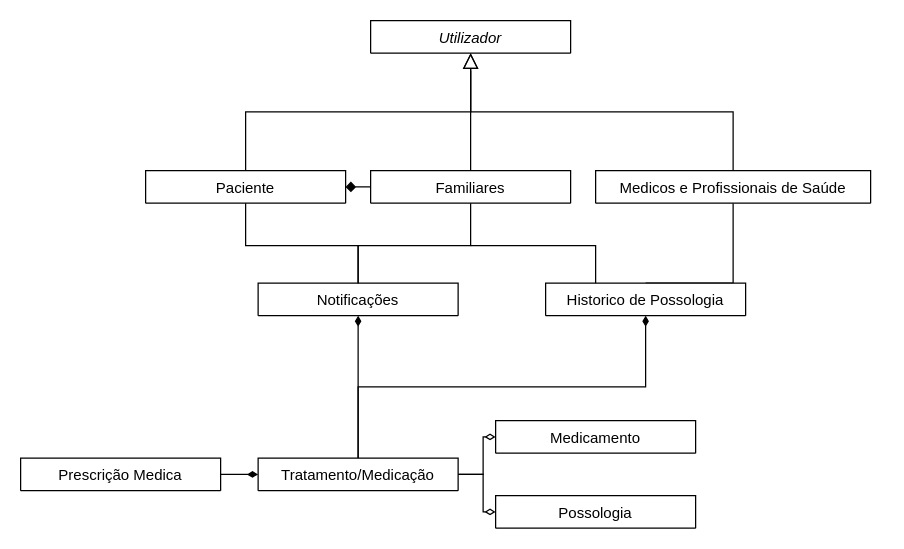
Before: Documentação/Diagrama de Classes/Diagrama de Classes.drawio in Zav04/MedAlert, a draw.io diagram. Source tidied: cells renumbered, new cells numbered last; positions are measured from the earlier drawing's top-left corner, leaving out a move shared by most shapes. Both pictures are drawn from the tidied source at 125%, with x=0, y=0 at pixel (20, 20).
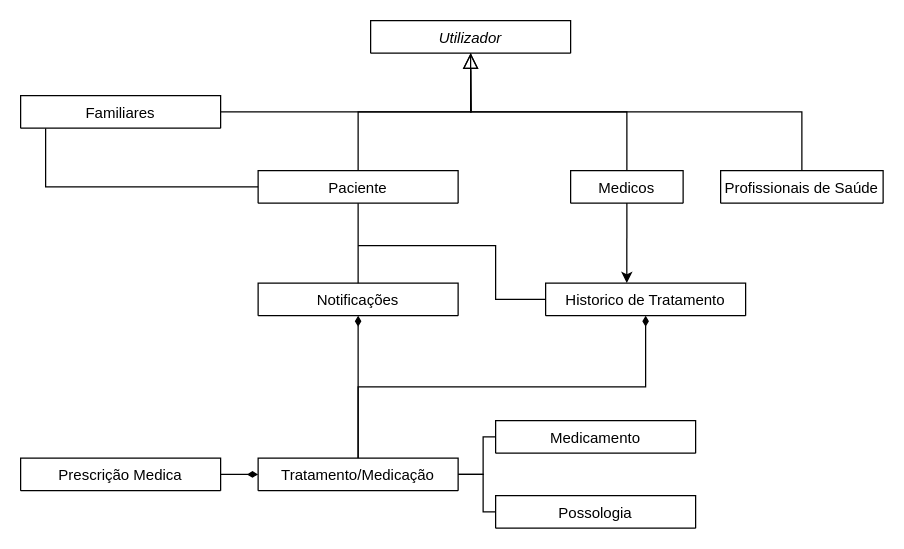
The same diagram, later.

Unchanged cells that the change refers to:
```xml
<mxCell id="2" value="Utilizador" style="swimlane;fontStyle=2;align=center;verticalAlign=top;horizontal=1;startSize=26;rounded=0;shadow=0;strokeWidth=1;" parent="1" vertex="1" collapsed="1">
  <mxGeometry x="280" width="160" height="26" as="geometry" />
</mxCell>
<mxCell id="11" value="Notificações" style="swimlane;fontStyle=0;align=center;verticalAlign=top;horizontal=1;startSize=26;rounded=0;shadow=0;strokeWidth=1;" parent="1" vertex="1" collapsed="1">
  <mxGeometry x="190" y="210" width="160" height="26" as="geometry" />
</mxCell>
<mxCell id="22" value="Tratamento/Medicação" style="swimlane;fontStyle=0;align=center;verticalAlign=top;horizontal=1;startSize=26;rounded=0;shadow=0;strokeWidth=1;" parent="1" vertex="1" collapsed="1">
  <mxGeometry x="190" y="350" width="160" height="26" as="geometry" />
</mxCell>
<mxCell id="23" value="Possologia" style="swimlane;fontStyle=0;align=center;verticalAlign=top;horizontal=1;startSize=26;rounded=0;shadow=0;strokeWidth=1;" parent="1" vertex="1" collapsed="1">
  <mxGeometry x="380" y="380" width="160" height="26" as="geometry" />
</mxCell>
<mxCell id="24" value="Medicamento" style="swimlane;fontStyle=0;align=center;verticalAlign=top;horizontal=1;startSize=26;rounded=0;shadow=0;strokeWidth=1;" parent="1" vertex="1" collapsed="1">
  <mxGeometry x="380" y="320" width="160" height="26" as="geometry" />
</mxCell>
```

What changed in the source:
```diff
@@
     <mxCell id="3" value="Paciente" style="swimlane;fontStyle=0;align=center;verticalAlign=top;horizontal=1;startSize=26;rounded=0;shadow=0;strokeWidth=1;" parent="1" vertex="1" collapsed="1">
-      <mxGeometry x="100" y="120" width="160" height="26" as="geometry" />
+      <mxGeometry x="190" y="120" width="160" height="26" as="geometry" />
     </mxCell>
@@
     <mxCell id="5" style="endArrow=block;endSize=10;endFill=0;shadow=0;strokeWidth=1;rounded=0;edgeStyle=elbowEdgeStyle;elbow=vertical;exitX=0.5;exitY=0;exitDx=0;exitDy=0;" parent="1" edge="1" source="7" target="2">
-      <mxGeometry relative="1" as="geometry" />
+      <mxGeometry relative="1" as="geometry">
+        <Array as="points">
+          <mxPoint x="520" y="73" />
+        </Array>
+      </mxGeometry>
     </mxCell>
-    <mxCell id="6" style="edgeStyle=orthogonalEdgeStyle;rounded=0;jettySize=auto;html=1;exitX=0.5;exitY=1;exitDx=0;exitDy=0;entryX=0.5;entryY=0;entryDx=0;entryDy=0;endArrow=none;endFill=0;" parent="1" edge="1" source="7" target="14">
-      <mxGeometry relative="1" as="geometry">
-        <Array as="points">
-          <mxPoint x="570" y="210" />
-        </Array>
-      </mxGeometry>
-    </mxCell>
-    <mxCell id="7" value="Medicos e Profissionais de Saúde" style="swimlane;fontStyle=0;align=center;verticalAlign=top;horizontal=1;startSize=26;rounded=0;shadow=0;strokeWidth=1;" parent="1" vertex="1" collapsed="1">
-      <mxGeometry x="460" y="120" width="220" height="26" as="geometry" />
+    <mxCell id="7" value="Medicos" style="swimlane;fontStyle=0;align=center;verticalAlign=top;horizontal=1;startSize=26;rounded=0;shadow=0;strokeWidth=1;" parent="1" vertex="1" collapsed="1">
+      <mxGeometry x="440" y="120" width="90" height="26" as="geometry" />
     </mxCell>
@@
-    <mxCell id="9" style="edgeStyle=orthogonalEdgeStyle;rounded=0;jettySize=auto;html=1;exitX=0;exitY=0.5;exitDx=0;exitDy=0;entryX=1;entryY=0.5;entryDx=0;entryDy=0;endArrow=diamond;endFill=1;" parent="1" edge="1" source="10" target="3">
-      <mxGeometry relative="1" as="geometry" />
+    <mxCell id="9" style="edgeStyle=orthogonalEdgeStyle;rounded=0;jettySize=auto;html=1;entryX=0;entryY=0.5;entryDx=0;entryDy=0;endArrow=none;endFill=0;" parent="1" edge="1" source="10" target="3">
+      <mxGeometry relative="1" as="geometry">
+        <Array as="points">
+          <mxPoint x="20" y="133" />
+        </Array>
+      </mxGeometry>
     </mxCell>
     <mxCell id="10" value="Familiares" style="swimlane;fontStyle=0;align=center;verticalAlign=top;horizontal=1;startSize=26;rounded=0;shadow=0;strokeWidth=1;" parent="1" vertex="1" collapsed="1">
-      <mxGeometry x="280" y="120" width="160" height="26" as="geometry" />
+      <mxGeometry y="60" width="160" height="26" as="geometry" />
     </mxCell>
@@
     <mxCell id="12" style="edgeStyle=orthogonalEdgeStyle;rounded=0;jettySize=auto;html=1;exitX=0.5;exitY=1;exitDx=0;exitDy=0;entryX=0.5;entryY=0;entryDx=0;entryDy=0;endArrow=none;endFill=0;startArrow=none;startFill=0;" parent="1" edge="1" source="3" target="11">
       <mxGeometry relative="1" as="geometry">
         <Array as="points">
-          <mxPoint x="180" y="180" />
-          <mxPoint x="270" y="180" />
+          <mxPoint x="270" y="160" />
+          <mxPoint x="270" y="160" />
         </Array>
       </mxGeometry>
     </mxCell>
-    <mxCell id="13" style="edgeStyle=orthogonalEdgeStyle;rounded=0;jettySize=auto;html=1;exitX=0.5;exitY=1;exitDx=0;exitDy=0;endArrow=none;endFill=0;" parent="1" edge="1" source="10">
-      <mxGeometry relative="1" as="geometry">
-        <mxPoint x="270" y="210" as="targetPoint" />
-        <Array as="points">
-          <mxPoint x="360" y="180" />
-          <mxPoint x="270" y="180" />
-        </Array>
-      </mxGeometry>
-    </mxCell>
+    <mxCell id="25" style="edgeStyle=orthogonalEdgeStyle;rounded=0;jettySize=auto;html=1;exitX=0;exitY=0.5;exitDx=0;exitDy=0;startArrow=none;startFill=0;endArrow=none;endFill=0;" parent="1" edge="1" source="14">
+      <mxGeometry relative="1" as="geometry">
+        <mxPoint x="270" y="180" as="targetPoint" />
+        <Array as="points">
+          <mxPoint x="380" y="223" />
+          <mxPoint x="380" y="180" />
+          <mxPoint x="270" y="180" />
+        </Array>
+      </mxGeometry>
+    </mxCell>
-    <mxCell id="14" value="Historico de Possologia" style="swimlane;fontStyle=0;align=center;verticalAlign=top;horizontal=1;startSize=26;rounded=0;shadow=0;strokeWidth=1;" parent="1" vertex="1" collapsed="1">
+    <mxCell id="14" value="Historico de Tratamento" style="swimlane;fontStyle=0;align=center;verticalAlign=top;horizontal=1;startSize=26;rounded=0;shadow=0;strokeWidth=1;" parent="1" vertex="1" collapsed="1">
       <mxGeometry x="420" y="210" width="160" height="26" as="geometry" />
     </mxCell>
-    <mxCell id="15" style="edgeStyle=orthogonalEdgeStyle;rounded=0;jettySize=auto;html=1;endArrow=none;endFill=0;exitX=0.25;exitY=0;exitDx=0;exitDy=0;startArrow=none;startFill=0;" parent="1" edge="1" source="14">
-      <mxGeometry relative="1" as="geometry">
-        <mxPoint x="360" y="180" as="targetPoint" />
-        <Array as="points">
-          <mxPoint x="460" y="180" />
-        </Array>
-      </mxGeometry>
-    </mxCell>
@@
-    <mxCell id="19" style="edgeStyle=orthogonalEdgeStyle;rounded=0;jettySize=auto;html=1;exitX=1;exitY=0.5;exitDx=0;exitDy=0;entryX=0;entryY=0.5;entryDx=0;entryDy=0;endArrow=diamondThin;endFill=0;" parent="1" edge="1" source="22" target="23">
+    <mxCell id="19" style="edgeStyle=orthogonalEdgeStyle;rounded=0;jettySize=auto;html=1;exitX=1;exitY=0.5;exitDx=0;exitDy=0;entryX=0;entryY=0.5;entryDx=0;entryDy=0;endArrow=none;endFill=0;" parent="1" edge="1" source="22" target="23">
       <mxGeometry relative="1" as="geometry" />
     </mxCell>
-    <mxCell id="20" style="edgeStyle=orthogonalEdgeStyle;rounded=0;jettySize=auto;html=1;exitX=1;exitY=0.5;exitDx=0;exitDy=0;entryX=0;entryY=0.5;entryDx=0;entryDy=0;endArrow=diamondThin;endFill=0;" parent="1" edge="1" source="22" target="24">
+    <mxCell id="20" style="edgeStyle=orthogonalEdgeStyle;rounded=0;jettySize=auto;html=1;exitX=1;exitY=0.5;exitDx=0;exitDy=0;entryX=0;entryY=0.5;entryDx=0;entryDy=0;endArrow=none;endFill=0;" parent="1" edge="1" source="22" target="24">
       <mxGeometry relative="1" as="geometry" />
     </mxCell>
@@
+    <mxCell id="26" style="edgeStyle=orthogonalEdgeStyle;rounded=0;jettySize=auto;html=1;exitX=0.5;exitY=0;exitDx=0;exitDy=0;endArrow=none;endFill=0;" parent="1" edge="1" source="27" target="2">
+      <mxGeometry relative="1" as="geometry" />
+    </mxCell>
+    <mxCell id="27" value="Profissionais de Saúde" style="swimlane;fontStyle=0;align=center;verticalAlign=top;horizontal=1;startSize=26;rounded=0;shadow=0;strokeWidth=1;" parent="1" vertex="1" collapsed="1">
+      <mxGeometry x="560" y="120" width="130" height="26" as="geometry" />
+    </mxCell>
+    <mxCell id="6" style="edgeStyle=orthogonalEdgeStyle;rounded=0;jettySize=auto;html=1;exitX=0.5;exitY=1;exitDx=0;exitDy=0;entryX=0.406;entryY=0;entryDx=0;entryDy=0;entryPerimeter=0;startArrow=none;startFill=0;" parent="1" edge="1" source="7" target="14">
+      <mxGeometry relative="1" as="geometry" />
+    </mxCell>
```
